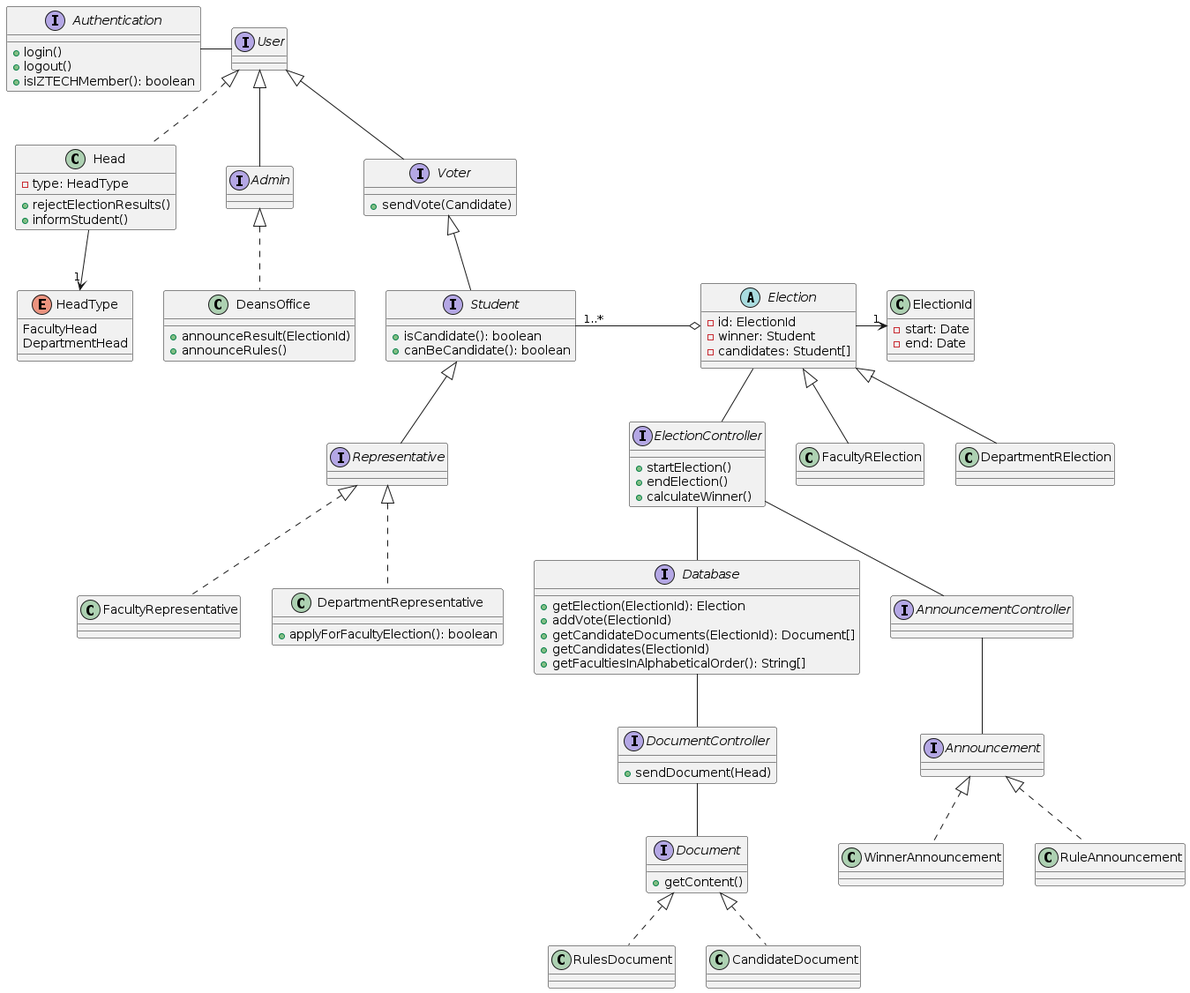
Above: diagrams/logical-viewpoint.png in Malik-Hinnawi/Project-1_Election-Project-Diagrams (PlantUML), before the change.
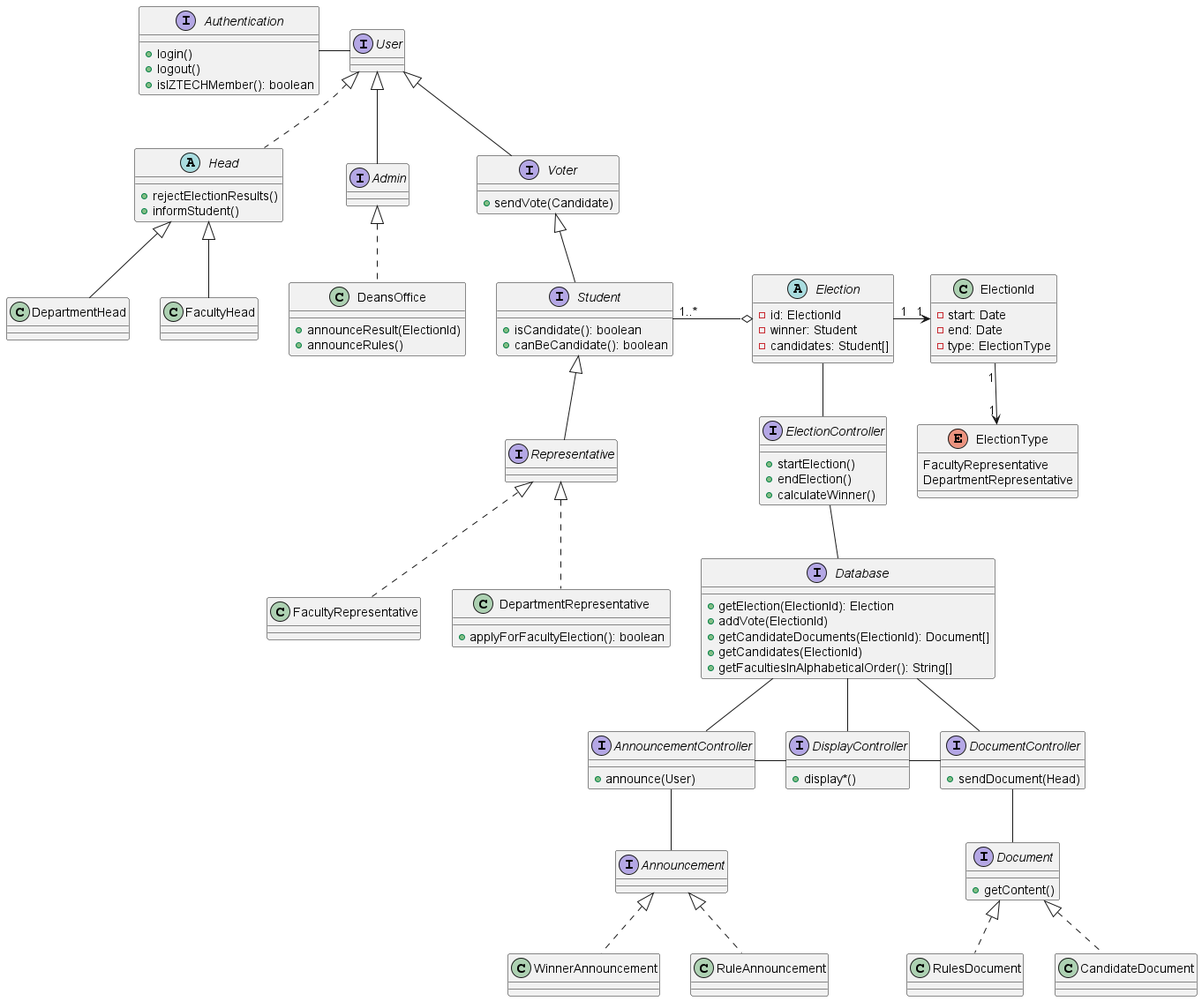
After the commit.

Commit message:
fixed few associations, added display controller and its relations

Diff of the diagram source:
```diff
@@ -15,6 +15,7 @@
 }
 
 interface Announcement{
+
 }
 
 interface ElectionController {
@@ -22,8 +23,12 @@
     + endElection()
     + calculateWinner()
 }
-
-interface AnnouncementController
+interface DisplayController {
+	+ display*()
+}
+interface AnnouncementController {
+	+ announce(User)
+}
 
 interface DocumentController {
     +sendDocument(Head)
@@ -34,15 +39,9 @@
     +getContent()
 }
 
-class Head implements User {
-    -type: HeadType
+abstract class Head implements User {
     +rejectElectionResults()
     +informStudent()
-}
-
-enum HeadType {
-    FacultyHead
-    DepartmentHead
 }
 
 interface User {
@@ -73,7 +72,9 @@
     + announceRules()
 }
 
+class DepartmentHead extends Head
 
+class FacultyHead extends Head
 
 class WinnerAnnouncement implements Announcement
 
@@ -89,25 +90,30 @@
     - candidates: Student[]
 }
 
-class FacultyRElection extends Election
-
-class DepartmentRElection extends Election
-
 class ElectionId {
     -start: Date
     -end: Date
+    -type: ElectionType
 }
 
+enum ElectionType{
+    FacultyRepresentative
+    DepartmentRepresentative
+}
 
+Election "1" -right-> "1" ElectionId
+ElectionId "1" -down-> "1" ElectionType
+Election -- ElectionController
+Student"1..*" -right-o Election
 
-Election -right-> "1" ElectionId
-Election -- ElectionController
-Student "1..*"-right-o Election
-ElectionController -- AnnouncementController
-AnnouncementController -- Announcement
+AnnouncementController -down- Announcement
 DocumentController -- Document
 Database -- DocumentController
 ElectionController -- Database
 User -left- Authentication
-Head -down-> "1" HeadType
+DisplayController -up- Database
+AnnouncementController -up- Database
+DisplayController -left- AnnouncementController
+DisplayController -right- DocumentController
+
 @enduml
```
